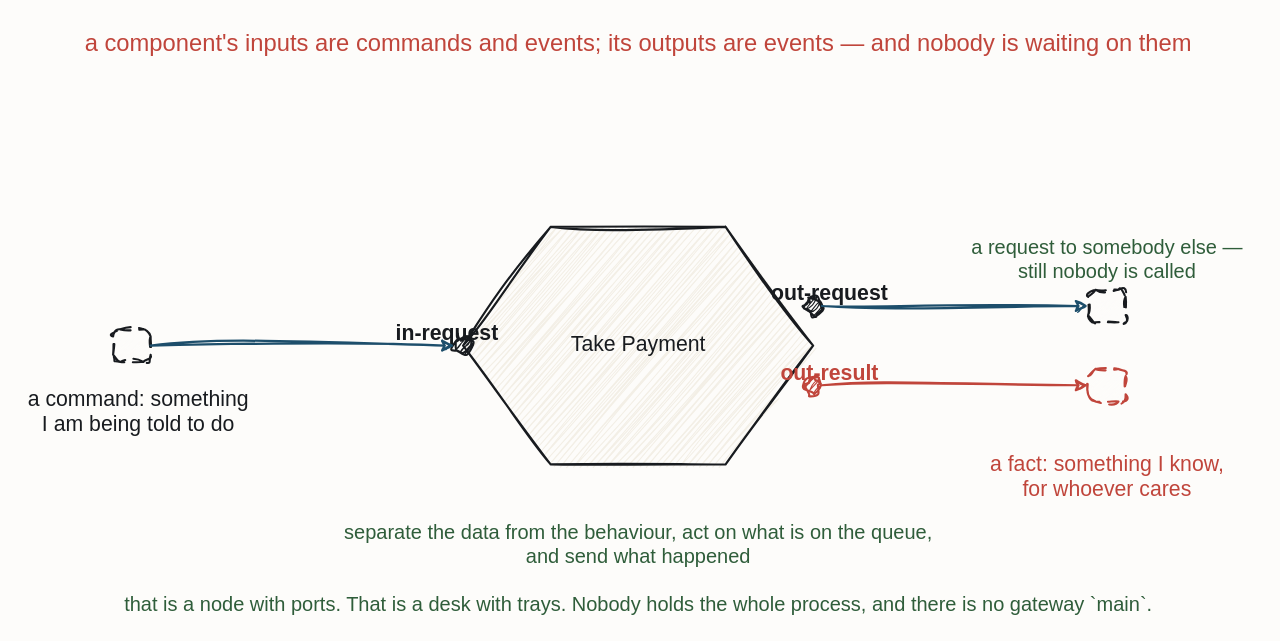
The draw.io diagram resources/flow-command-event-ports.drawio in iancooper/practical-messaging, before the edit. Source tidied: cells renumbered, new cells numbered last; positions are measured from the earlier drawing's top-left corner, leaving out a move shared by most shapes. Both pictures are drawn from the tidied source at 125%, with x=0, y=0 at pixel (62, 21).
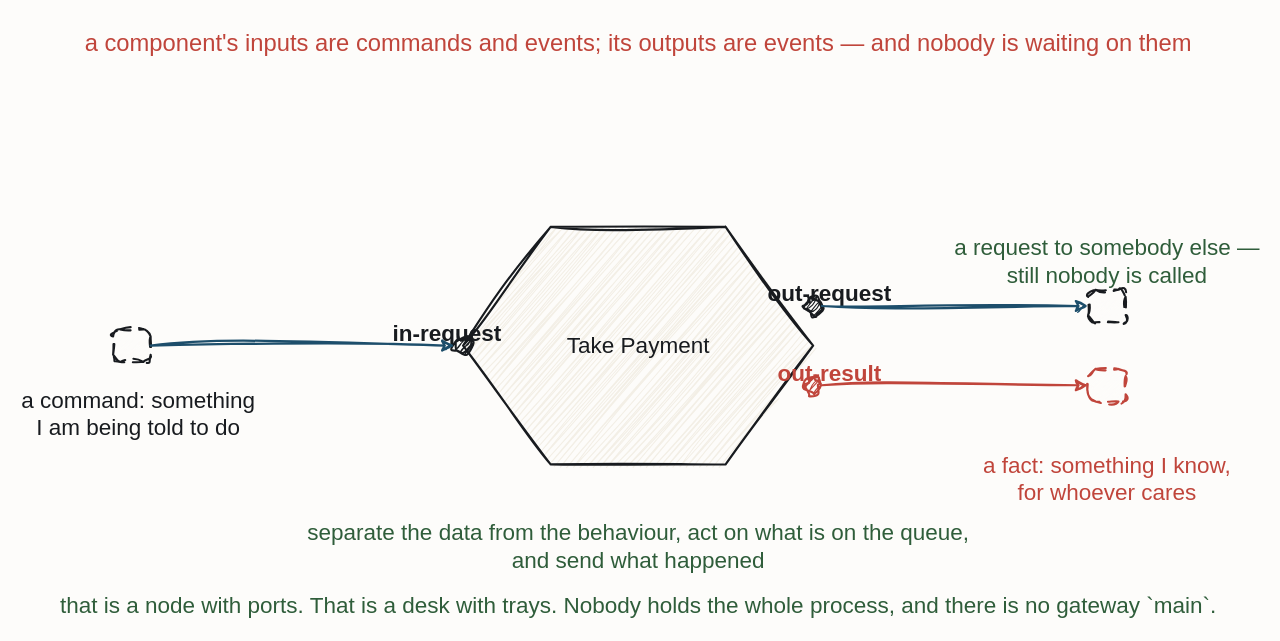
Above is the later version.

The change refers to these unchanged cells:
```xml
<mxCell id="4" style="sketch=1;hachureGap=4;jiggle=2;curveFitting=1;fontFamily=Caveat;html=1;ellipse;verticalLabelPosition=bottom;verticalAlign=top;strokeColor=#181B1F;strokeWidth=1.7;fillColor=#181B1F;fontColor=#181B1F;fontSize=14;" parent="1" vertex="1">
  <mxGeometry x="313" y="252" width="14" height="14" as="geometry" />
</mxCell>
<mxCell id="6" style="sketch=1;hachureGap=4;jiggle=2;curveFitting=1;fontFamily=Caveat;html=1;ellipse;verticalLabelPosition=bottom;verticalAlign=top;strokeColor=#181B1F;strokeWidth=1.7;fillColor=#181B1F;fontColor=#181B1F;fontSize=14;" parent="1" vertex="1">
  <mxGeometry x="593" y="220.3" width="14" height="14" as="geometry" />
</mxCell>
<mxCell id="8" style="sketch=1;hachureGap=4;jiggle=2;curveFitting=1;fontFamily=Caveat;html=1;ellipse;verticalLabelPosition=bottom;verticalAlign=top;strokeColor=#C0453B;strokeWidth=1.7;fillColor=#C0453B;fontColor=#C0453B;fontSize=14;" parent="1" vertex="1">
  <mxGeometry x="593" y="283.7" width="14" height="14" as="geometry" />
</mxCell>
<mxCell id="10" style="sketch=1;hachureGap=4;jiggle=2;curveFitting=1;fontFamily=Caveat;html=1;rounded=1;arcSize=22;dashed=1;dashPattern=5 4;strokeColor=#181B1F;strokeWidth=1.7;fillColor=#FDFCFA;fontColor=#181B1F;fontSize=13;" parent="1" vertex="1">
  <mxGeometry x="40" y="246" width="30" height="26" as="geometry" />
</mxCell>
<mxCell id="11" style="sketch=1;hachureGap=4;jiggle=2;curveFitting=1;fontFamily=Caveat;html=1;rounded=1;arcSize=22;dashed=1;dashPattern=5 4;strokeColor=#181B1F;strokeWidth=1.7;fillColor=#FDFCFA;fontColor=#181B1F;fontSize=13;" parent="1" vertex="1">
  <mxGeometry x="820" y="214.3" width="30" height="26" as="geometry" />
</mxCell>
<mxCell id="12" style="sketch=1;hachureGap=4;jiggle=2;curveFitting=1;fontFamily=Caveat;html=1;rounded=1;arcSize=22;dashed=1;dashPattern=5 4;strokeColor=#C0453B;strokeWidth=1.7;fillColor=#FDFCFA;fontColor=#C0453B;fontSize=13;" parent="1" vertex="1">
  <mxGeometry x="820" y="277.7" width="30" height="26" as="geometry" />
</mxCell>
```

The edit, as a diff of the source:
```diff
@@
-    <mxCell id="3" value="Take Payment" style="sketch=1;hachureGap=4;jiggle=2;curveFitting=1;fontFamily=Caveat;html=1;shape=hexagon;perimeter=hexagonPerimeter2;strokeColor=#181B1F;strokeWidth=1.7;fillColor=#F3EFE6;fontColor=#181B1F;fontSize=17;" parent="1" vertex="1">
+    <mxCell id="3" value="Take Payment" style="sketch=1;hachureGap=4;jiggle=2;curveFitting=1;fontFamily=Caveat;html=1;shape=hexagon;perimeter=hexagonPerimeter2;strokeColor=#181B1F;strokeWidth=1.7;fillColor=#F3EFE6;fontColor=#181B1F;fontSize=18;" parent="1" vertex="1">
       <mxGeometry x="320" y="164" width="280" height="190" as="geometry" />
     </mxCell>
@@
-    <mxCell id="5" value="in-request" style="text;html=1;align=center;fontFamily=Caveat;fontSize=17;fontColor=#181B1F;fontStyle=1;" parent="1" vertex="1">
+    <mxCell id="5" value="in-request" style="text;html=1;align=center;fontFamily=Caveat;fontSize=18;fontColor=#181B1F;fontStyle=1;" parent="1" vertex="1">
       <mxGeometry x="247" y="233" width="120" height="20" as="geometry" />
     </mxCell>
@@
-    <mxCell id="7" value="out-request" style="text;html=1;align=center;fontFamily=Caveat;fontSize=17;fontColor=#181B1F;fontStyle=1;" parent="1" vertex="1">
+    <mxCell id="7" value="out-request" style="text;html=1;align=center;fontFamily=Caveat;fontSize=18;fontColor=#181B1F;fontStyle=1;" parent="1" vertex="1">
       <mxGeometry x="553" y="201.3" width="120" height="20" as="geometry" />
     </mxCell>
@@
-    <mxCell id="9" value="out-result" style="text;html=1;align=center;fontFamily=Caveat;fontSize=17;fontColor=#C0453B;fontStyle=1;" parent="1" vertex="1">
+    <mxCell id="9" value="out-result" style="text;html=1;align=center;fontFamily=Caveat;fontSize=18;fontColor=#C0453B;fontStyle=1;" parent="1" vertex="1">
       <mxGeometry x="553" y="264.7" width="120" height="20" as="geometry" />
     </mxCell>
@@
-    <mxCell id="13" value="a command: something&#10;I am being told to do" style="text;html=1;align=center;fontFamily=Caveat;fontSize=17;fontColor=#181B1F;" parent="1" vertex="1">
+    <mxCell id="13" value="a command: something&#10;I am being told to do" style="text;html=1;align=center;fontFamily=Caveat;fontSize=18;fontColor=#181B1F;" parent="1" vertex="1">
       <mxGeometry y="286" width="120" height="20" as="geometry" />
     </mxCell>
-    <mxCell id="14" value="a request to somebody else —&#10;still nobody is called" style="text;html=1;align=center;fontFamily=Caveat;fontSize=16;fontColor=#2F5D3A;" parent="1" vertex="1">
+    <mxCell id="14" value="a request to somebody else —&#10;still nobody is called" style="text;html=1;align=center;fontFamily=Caveat;fontSize=18;fontColor=#2F5D3A;" parent="1" vertex="1">
       <mxGeometry x="775" y="164" width="120" height="20" as="geometry" />
     </mxCell>
-    <mxCell id="15" value="a fact: something I know,&#10;for whoever cares" style="text;html=1;align=center;fontFamily=Caveat;fontSize=17;fontColor=#C0453B;" parent="1" vertex="1">
+    <mxCell id="15" value="a fact: something I know,&#10;for whoever cares" style="text;html=1;align=center;fontFamily=Caveat;fontSize=18;fontColor=#C0453B;" parent="1" vertex="1">
       <mxGeometry x="775" y="338" width="120" height="20" as="geometry" />
     </mxCell>
-    <mxCell id="16" value="separate the data from the behaviour, act on what is on the queue,&#10;and send what happened" style="text;html=1;align=center;fontFamily=Caveat;fontSize=16;fontColor=#2F5D3A;" parent="1" vertex="1">
+    <mxCell id="16" value="separate the data from the behaviour, act on what is on the queue,&#10;and send what happened" style="text;html=1;align=center;fontFamily=Caveat;fontSize=18;fontColor=#2F5D3A;" parent="1" vertex="1">
       <mxGeometry x="400" y="392" width="120" height="20" as="geometry" />
     </mxCell>
-    <mxCell id="17" value="that is a node with ports. That is a desk with trays. Nobody holds the whole process, and there is no gateway `main`." style="text;html=1;align=center;fontFamily=Caveat;fontSize=16;fontColor=#2F5D3A;" parent="1" vertex="1">
+    <mxCell id="17" value="that is a node with ports. That is a desk with trays. Nobody holds the whole process, and there is no gateway `main`." style="text;html=1;align=center;fontFamily=Caveat;fontSize=18;fontColor=#2F5D3A;" parent="1" vertex="1">
       <mxGeometry x="400" y="450" width="120" height="20" as="geometry" />
     </mxCell>
-    <mxCell id="18" style="sketch=1;jiggle=2;curveFitting=1;edgeStyle=none;rounded=0;strokeColor=#1D4E6B;strokeWidth=1.8;fontFamily=Caveat;fontSize=17;fontColor=#1D4E6B;html=1;exitX=1.0;exitY=0.5;exitDx=0;exitDy=0;entryX=0.0;entryY=0.5;entryDx=0;entryDy=0;" parent="1" edge="1" source="10" target="4">
+    <mxCell id="18" style="sketch=1;jiggle=2;curveFitting=1;edgeStyle=none;rounded=0;strokeColor=#1D4E6B;strokeWidth=1.8;fontFamily=Caveat;fontSize=18;fontColor=#1D4E6B;html=1;exitX=1.0;exitY=0.5;exitDx=0;exitDy=0;entryX=0.0;entryY=0.5;entryDx=0;entryDy=0;" parent="1" edge="1" source="10" target="4">
       <mxGeometry relative="1" as="geometry" />
     </mxCell>
-    <mxCell id="19" style="sketch=1;jiggle=2;curveFitting=1;edgeStyle=none;rounded=0;strokeColor=#1D4E6B;strokeWidth=1.8;fontFamily=Caveat;fontSize=17;fontColor=#1D4E6B;html=1;exitX=1.0;exitY=0.5;exitDx=0;exitDy=0;entryX=0.0;entryY=0.5;entryDx=0;entryDy=0;" parent="1" edge="1" source="6" target="11">
+    <mxCell id="19" style="sketch=1;jiggle=2;curveFitting=1;edgeStyle=none;rounded=0;strokeColor=#1D4E6B;strokeWidth=1.8;fontFamily=Caveat;fontSize=18;fontColor=#1D4E6B;html=1;exitX=1.0;exitY=0.5;exitDx=0;exitDy=0;entryX=0.0;entryY=0.5;entryDx=0;entryDy=0;" parent="1" edge="1" source="6" target="11">
       <mxGeometry relative="1" as="geometry" />
     </mxCell>
-    <mxCell id="20" style="sketch=1;jiggle=2;curveFitting=1;edgeStyle=none;rounded=0;strokeColor=#C0453B;strokeWidth=1.8;fontFamily=Caveat;fontSize=17;fontColor=#C0453B;html=1;exitX=1.0;exitY=0.5;exitDx=0;exitDy=0;entryX=0.0;entryY=0.5;entryDx=0;entryDy=0;" parent="1" edge="1" source="8" target="12">
+    <mxCell id="20" style="sketch=1;jiggle=2;curveFitting=1;edgeStyle=none;rounded=0;strokeColor=#C0453B;strokeWidth=1.8;fontFamily=Caveat;fontSize=18;fontColor=#C0453B;html=1;exitX=1.0;exitY=0.5;exitDx=0;exitDy=0;entryX=0.0;entryY=0.5;entryDx=0;entryDy=0;" parent="1" edge="1" source="8" target="12">
       <mxGeometry relative="1" as="geometry" />
     </mxCell>
```
